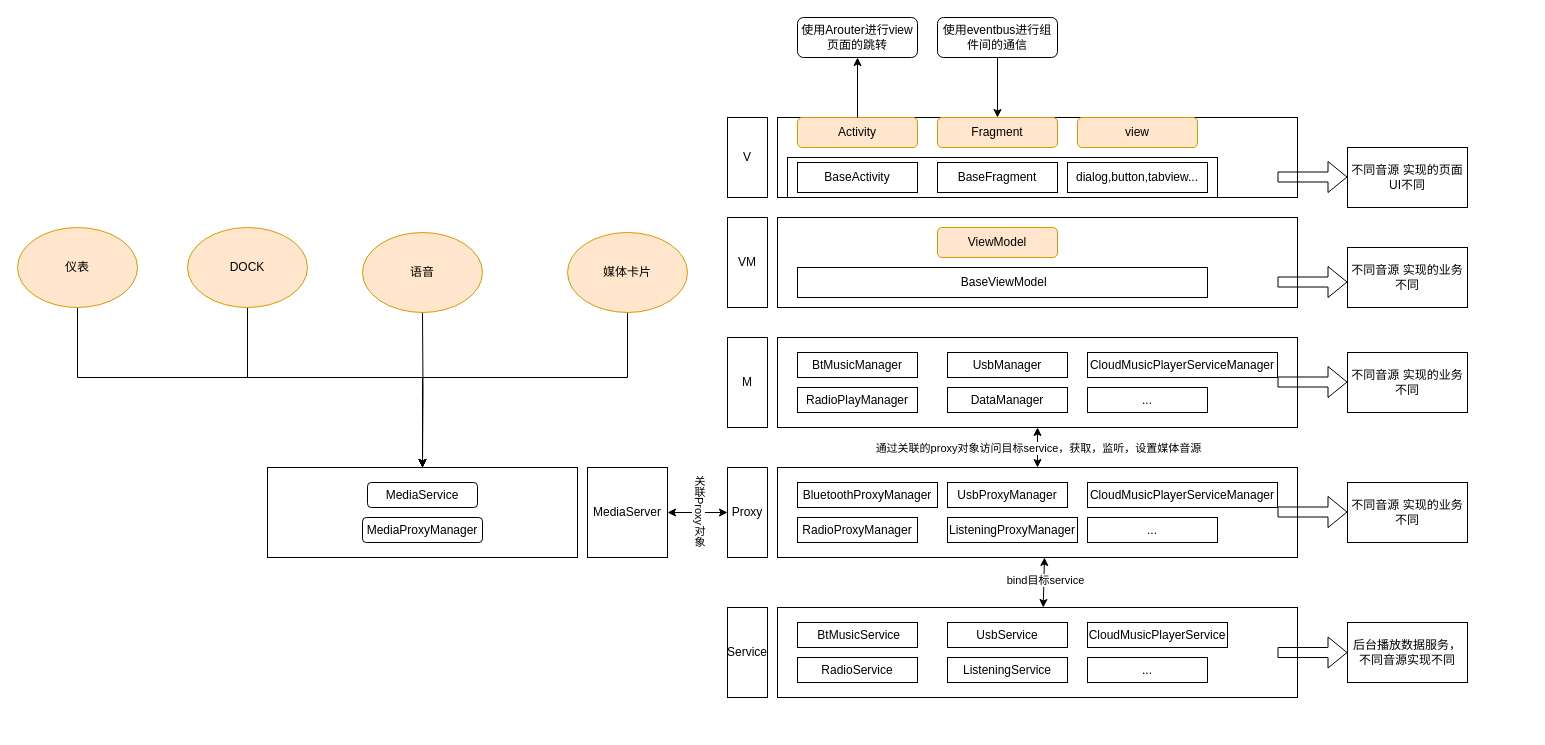
Earlier version of the draw.io diagram page "MediaCenter重构" (2 of 14) of 未命名绘图.drawio (NewPlayerAndroid/Latest-Interview). Source tidied: cells renumbered, new cells numbered last; positions are measured from the earlier drawing's top-left corner, leaving out a move shared by most shapes. Both pictures are drawn from the tidied source at 100%, with x=0, y=0 at pixel (17, 17).
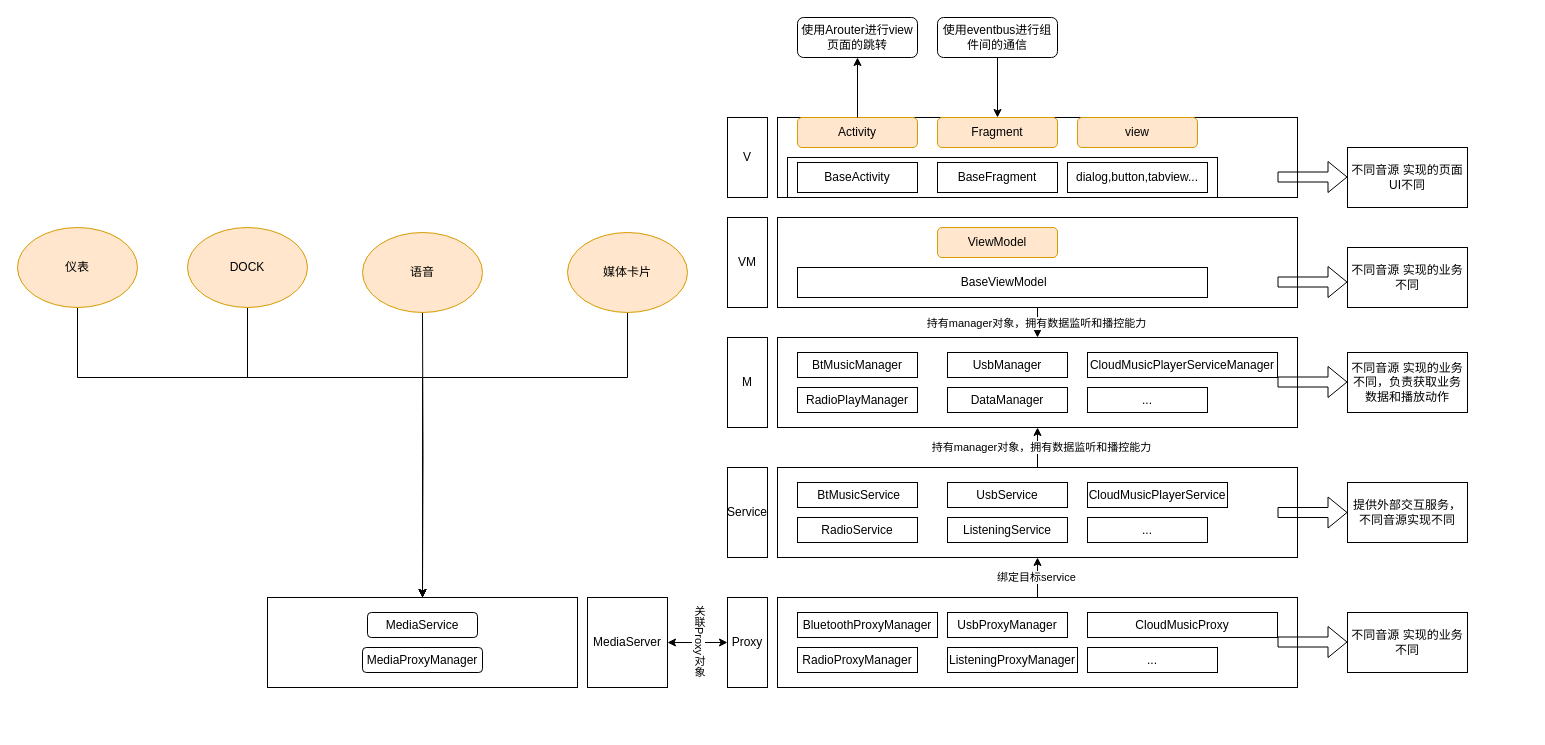
Above is the later version.

Commit message:
更新未命名绘图.drawio

The change refers to these unchanged cells:
```xml
<mxCell id="16" style="rounded=0;whiteSpace=wrap;html=1;" parent="1" vertex="1">
  <mxGeometry x="760" y="200" width="520" height="90" as="geometry" />
</mxCell>
<mxCell id="22" style="rounded=0;whiteSpace=wrap;html=1;" parent="1" vertex="1">
  <mxGeometry x="760" y="320" width="520" height="90" as="geometry" />
</mxCell>
```

Change to the diagram source:
```diff
@@
     <mxCell id="2" style="rounded=0;whiteSpace=wrap;html=1;strokeColor=none;" parent="1" vertex="1">
-      <mxGeometry x="690" y="90" width="520" height="330" as="geometry" />
+      <mxGeometry x="690" y="90" width="820" height="620" as="geometry" />
     </mxCell>
@@
+    <mxCell id="73" style="edgeStyle=orthogonalEdgeStyle;rounded=0;jettySize=auto;html=1;entryX=0.5;entryY=0;entryDx=0;entryDy=0;" parent="1" edge="1" source="16" target="22">
+      <mxGeometry relative="1" as="geometry" />
+    </mxCell>
+    <mxCell id="74" value="持有manager对象，拥有数据监听和播控能力" style="edgeLabel;html=1;align=center;verticalAlign=middle;" parent="73" vertex="1">
+      <mxGeometry x="0.39" y="-2" relative="1" as="geometry" />
+    </mxCell>
@@
-    <mxCell id="30" value="不同音源 实现的业务不同" style="rounded=0;whiteSpace=wrap;html=1;" parent="1" vertex="1">
+    <mxCell id="30" value="不同音源 实现的业务不同，负责获取业务数据和播放动作" style="rounded=0;whiteSpace=wrap;html=1;" parent="1" vertex="1">
       <mxGeometry x="1330" y="335" width="120" height="60" as="geometry" />
     </mxCell>
@@
     <mxCell id="35" value="Service" style="rounded=0;whiteSpace=wrap;html=1;" parent="1" vertex="1">
-      <mxGeometry x="710" y="590" width="40" height="90" as="geometry" />
+      <mxGeometry x="710" y="450" width="40" height="90" as="geometry" />
     </mxCell>
     <mxCell id="36" value="Proxy" style="rounded=0;whiteSpace=wrap;html=1;" parent="1" vertex="1">
-      <mxGeometry x="710" y="450" width="40" height="90" as="geometry" />
+      <mxGeometry x="710" y="580" width="40" height="90" as="geometry" />
     </mxCell>
+    <mxCell id="75" style="edgeStyle=orthogonalEdgeStyle;rounded=0;jettySize=auto;html=1;entryX=0.5;entryY=1;entryDx=0;entryDy=0;" parent="1" edge="1" source="37" target="22">
+      <mxGeometry relative="1" as="geometry" />
+    </mxCell>
+    <mxCell id="76" value="持有manager对象，拥有数据监听和播控能力" style="edgeLabel;html=1;align=center;verticalAlign=middle;" parent="75" vertex="1">
+      <mxGeometry x="0.05" y="-3" relative="1" as="geometry" />
+    </mxCell>
     <mxCell id="37" style="rounded=0;whiteSpace=wrap;html=1;" parent="1" vertex="1">
-      <mxGeometry x="760" y="590" width="520" height="90" as="geometry" />
+      <mxGeometry x="760" y="450" width="520" height="90" as="geometry" />
     </mxCell>
     <mxCell id="38" value="&amp;nbsp;BtMusicService" style="rounded=0;whiteSpace=wrap;html=1;" parent="1" vertex="1">
-      <mxGeometry x="780" y="605" width="120" height="25" as="geometry" />
+      <mxGeometry x="780" y="465" width="120" height="25" as="geometry" />
     </mxCell>
     <mxCell id="39" value="UsbService" style="rounded=0;whiteSpace=wrap;html=1;" parent="1" vertex="1">
-      <mxGeometry x="930" y="605" width="120" height="25" as="geometry" />
+      <mxGeometry x="930" y="465" width="120" height="25" as="geometry" />
     </mxCell>
     <mxCell id="40" value="CloudMusicPlayerService" style="rounded=0;whiteSpace=wrap;html=1;" parent="1" vertex="1">
-      <mxGeometry x="1070" y="605" width="140" height="25" as="geometry" />
+      <mxGeometry x="1070" y="465" width="140" height="25" as="geometry" />
     </mxCell>
     <mxCell id="41" value="RadioService" style="rounded=0;whiteSpace=wrap;html=1;" parent="1" vertex="1">
-      <mxGeometry x="780" y="640" width="120" height="25" as="geometry" />
+      <mxGeometry x="780" y="500" width="120" height="25" as="geometry" />
     </mxCell>
     <mxCell id="42" value="ListeningService" style="rounded=0;whiteSpace=wrap;html=1;" parent="1" vertex="1">
-      <mxGeometry x="930" y="640" width="120" height="25" as="geometry" />
+      <mxGeometry x="930" y="500" width="120" height="25" as="geometry" />
     </mxCell>
     <mxCell id="43" value="..." style="rounded=0;whiteSpace=wrap;html=1;" parent="1" vertex="1">
-      <mxGeometry x="1070" y="640" width="120" height="25" as="geometry" />
+      <mxGeometry x="1070" y="500" width="120" height="25" as="geometry" />
     </mxCell>
+    <mxCell id="77" style="edgeStyle=orthogonalEdgeStyle;rounded=0;jettySize=auto;html=1;exitX=0.5;exitY=0;exitDx=0;exitDy=0;entryX=0.5;entryY=1;entryDx=0;entryDy=0;" parent="1" edge="1" source="44" target="37">
+      <mxGeometry relative="1" as="geometry" />
+    </mxCell>
+    <mxCell id="78" value="绑定目标service" style="edgeLabel;html=1;align=center;verticalAlign=middle;" parent="77" vertex="1">
+      <mxGeometry x="0.05" y="2" relative="1" as="geometry" />
+    </mxCell>
     <mxCell id="44" style="rounded=0;whiteSpace=wrap;html=1;" parent="1" vertex="1">
-      <mxGeometry x="760" y="450" width="520" height="90" as="geometry" />
+      <mxGeometry x="760" y="580" width="520" height="90" as="geometry" />
     </mxCell>
     <mxCell id="45" value="BluetoothProxyManager" style="rounded=0;whiteSpace=wrap;html=1;" parent="1" vertex="1">
-      <mxGeometry x="780" y="465" width="140" height="25" as="geometry" />
+      <mxGeometry x="780" y="595" width="140" height="25" as="geometry" />
     </mxCell>
     <mxCell id="46" value="UsbProxyManager" style="rounded=0;whiteSpace=wrap;html=1;" parent="1" vertex="1">
-      <mxGeometry x="930" y="465" width="120" height="25" as="geometry" />
+      <mxGeometry x="930" y="595" width="120" height="25" as="geometry" />
     </mxCell>
-    <mxCell id="47" value="CloudMusicPlayerServiceManager" style="rounded=0;whiteSpace=wrap;html=1;" parent="1" vertex="1">
-      <mxGeometry x="1070" y="465" width="190" height="25" as="geometry" />
+    <mxCell id="47" value="CloudMusicProxy" style="rounded=0;whiteSpace=wrap;html=1;" parent="1" vertex="1">
+      <mxGeometry x="1070" y="595" width="190" height="25" as="geometry" />
     </mxCell>
     <mxCell id="48" value="RadioProxyManager" style="rounded=0;whiteSpace=wrap;html=1;" parent="1" vertex="1">
-      <mxGeometry x="780" y="500" width="120" height="25" as="geometry" />
+      <mxGeometry x="780" y="630" width="120" height="25" as="geometry" />
     </mxCell>
     <mxCell id="49" value="ListeningProxyManager" style="rounded=0;whiteSpace=wrap;html=1;" parent="1" vertex="1">
-      <mxGeometry x="930" y="500" width="130" height="25" as="geometry" />
+      <mxGeometry x="930" y="630" width="130" height="25" as="geometry" />
     </mxCell>
     <mxCell id="50" value="..." style="rounded=0;whiteSpace=wrap;html=1;" parent="1" vertex="1">
-      <mxGeometry x="1070" y="500" width="130" height="25" as="geometry" />
+      <mxGeometry x="1070" y="630" width="130" height="25" as="geometry" />
     </mxCell>
     <mxCell id="51" style="shape=flexArrow;endArrow=classic;html=1;rounded=0;entryX=0;entryY=0.5;entryDx=0;entryDy=0;" parent="1" edge="1" target="52">
       <mxGeometry relative="1" as="geometry">
-        <mxPoint x="1260" y="635" as="sourcePoint" />
+        <mxPoint x="1260" y="495" as="sourcePoint" />
       </mxGeometry>
     </mxCell>
-    <mxCell id="52" value="后台播放数据服务，不同音源实现不同" style="rounded=0;whiteSpace=wrap;html=1;" parent="1" vertex="1">
-      <mxGeometry x="1330" y="605" width="120" height="60" as="geometry" />
+    <mxCell id="52" value="提供外部交互服务，不同音源实现不同" style="rounded=0;whiteSpace=wrap;html=1;" parent="1" vertex="1">
+      <mxGeometry x="1330" y="465" width="120" height="60" as="geometry" />
     </mxCell>
-    <mxCell id="53" style="endArrow=classic;startArrow=classic;html=1;rounded=0;exitX=0.5;exitY=0;exitDx=0;exitDy=0;entryX=0.5;entryY=1;entryDx=0;entryDy=0;" parent="1" edge="1" source="44" target="22">
-      <mxGeometry relative="1" as="geometry" />
-    </mxCell>
-    <mxCell id="54" value="通过关联的proxy对象访问目标service，获取，监听，设置媒体音源" style="edgeLabel;html=1;align=center;verticalAlign=middle;" parent="53" vertex="1">
-      <mxGeometry relative="1" as="geometry" />
-    </mxCell>
-    <mxCell id="55" style="endArrow=classic;startArrow=classic;html=1;rounded=0;exitX=0.511;exitY=0;exitDx=0;exitDy=0;exitPerimeter=0;" parent="1" edge="1" source="37">
-      <mxGeometry relative="1" as="geometry">
-        <mxPoint x="1027" y="540" as="targetPoint" />
-      </mxGeometry>
-    </mxCell>
-    <mxCell id="56" value="bind目标service" style="edgeLabel;html=1;align=center;verticalAlign=middle;" parent="55" vertex="1">
-      <mxGeometry x="0.13" y="-1" relative="1" as="geometry" />
-    </mxCell>
     <mxCell id="57" style="shape=flexArrow;endArrow=classic;html=1;rounded=0;" parent="1" edge="1">
       <mxGeometry relative="1" as="geometry">
-        <mxPoint x="1260" y="494.5" as="sourcePoint" />
-        <mxPoint x="1330" y="494.5" as="targetPoint" />
+        <mxPoint x="1260" y="624.5" as="sourcePoint" />
+        <mxPoint x="1330" y="624.5" as="targetPoint" />
       </mxGeometry>
     </mxCell>
     <mxCell id="58" value="不同音源 实现的业务不同" style="rounded=0;whiteSpace=wrap;html=1;" parent="1" vertex="1">
-      <mxGeometry x="1330" y="465" width="120" height="60" as="geometry" />
+      <mxGeometry x="1330" y="595" width="120" height="60" as="geometry" />
     </mxCell>
     <mxCell id="59" style="rounded=0;whiteSpace=wrap;html=1;" parent="1" vertex="1">
-      <mxGeometry x="250" y="450" width="310" height="90" as="geometry" />
+      <mxGeometry x="250" y="580" width="310" height="90" as="geometry" />
     </mxCell>
     <mxCell id="60" value="MediaServer" style="rounded=0;whiteSpace=wrap;html=1;" parent="1" vertex="1">
-      <mxGeometry x="570" y="450" width="80" height="90" as="geometry" />
+      <mxGeometry x="570" y="580" width="80" height="90" as="geometry" />
     </mxCell>
     <mxCell id="61" value="MediaService" style="rounded=1;whiteSpace=wrap;html=1;" parent="1" vertex="1">
-      <mxGeometry x="350" y="465" width="110" height="25" as="geometry" />
+      <mxGeometry x="350" y="595" width="110" height="25" as="geometry" />
     </mxCell>
@@
     <mxCell id="64" value="MediaProxyManager" style="rounded=1;whiteSpace=wrap;html=1;" parent="1" vertex="1">
-      <mxGeometry x="345" y="500" width="120" height="25" as="geometry" />
+      <mxGeometry x="345" y="630" width="120" height="25" as="geometry" />
     </mxCell>
```
